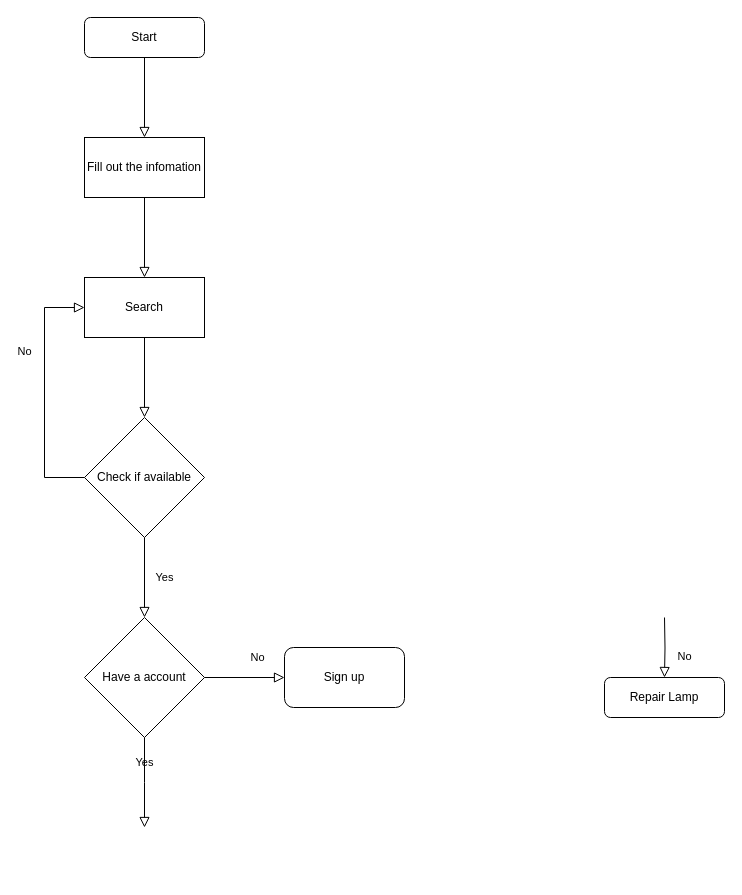
Before: flowchart_datphong.drawio in alikuxac/alikuxac, a draw.io diagram. Source tidied: cells renumbered, new cells numbered last; positions are measured from the earlier drawing's top-left corner, leaving out a move shared by most shapes. Both pictures are drawn from the tidied source at 100%, with x=0, y=0 at pixel (44, 17).
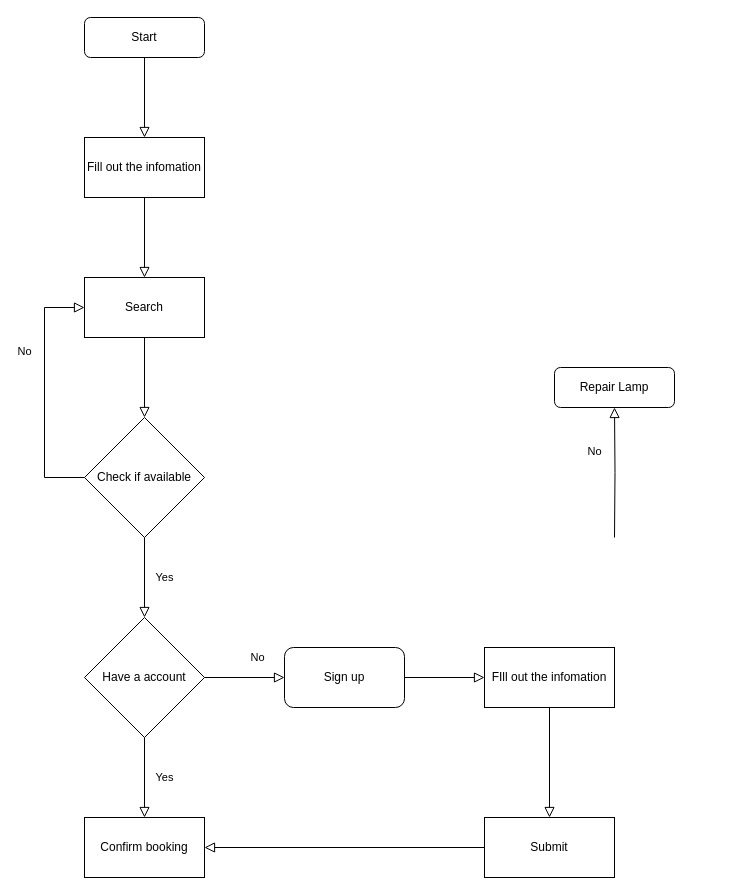
The same page after the edit.

The change refers to these unchanged cells:
```xml
<mxCell id="6" value="Have a account" style="rhombus;whiteSpace=wrap;html=1;" parent="1" vertex="1">
  <mxGeometry x="40" y="600" width="120" height="120" as="geometry" />
</mxCell>
<mxCell id="8" value="Sign up" style="rounded=1;whiteSpace=wrap;html=1;" parent="1" vertex="1">
  <mxGeometry x="240" y="630" width="120" height="60" as="geometry" />
</mxCell>
```

Change to the diagram source:
```diff
@@
     <mxCell id="4" value="No" style="rounded=0;html=1;jettySize=auto;fontSize=11;endArrow=block;endFill=0;endSize=8;strokeWidth=1;shadow=0;labelBackgroundColor=none;edgeStyle=orthogonalEdgeStyle;" parent="1" edge="1" target="5">
       <mxGeometry x="0.33" y="20" relative="1" as="geometry">
-        <mxPoint x="620" y="600" as="sourcePoint" />
+        <mxPoint x="570" y="520" as="sourcePoint" />
       </mxGeometry>
     </mxCell>
     <mxCell id="5" value="Repair Lamp" style="rounded=1;whiteSpace=wrap;html=1;fontSize=12;glass=0;strokeWidth=1;shadow=0;" parent="1" vertex="1">
-      <mxGeometry x="560" y="660" width="120" height="40" as="geometry" />
+      <mxGeometry x="510" y="350" width="120" height="40" as="geometry" />
     </mxCell>
@@
-    <mxCell id="16" value="Yes" style="rounded=0;html=1;jettySize=auto;fontSize=11;endArrow=block;endFill=0;endSize=8;strokeWidth=1;shadow=0;labelBackgroundColor=none;edgeStyle=orthogonalEdgeStyle;exitX=0.5;exitY=1;exitDx=0;exitDy=0;" parent="1" edge="1" source="6">
-      <mxGeometry y="20" relative="1" as="geometry">
-        <mxPoint x="100" y="810" as="targetPoint" />
-      </mxGeometry>
+    <mxCell id="16" value="Yes" style="rounded=0;html=1;jettySize=auto;fontSize=11;endArrow=block;endFill=0;endSize=8;strokeWidth=1;shadow=0;labelBackgroundColor=none;edgeStyle=orthogonalEdgeStyle;exitX=0.5;exitY=1;exitDx=0;exitDy=0;entryX=0.5;entryY=0;entryDx=0;entryDy=0;" parent="1" edge="1" source="6" target="21">
+      <mxGeometry y="20" relative="1" as="geometry" />
     </mxCell>
+    <mxCell id="17" value="FIll out the infomation" style="rounded=0;whiteSpace=wrap;html=1;" parent="1" vertex="1">
+      <mxGeometry x="440" y="630" width="130" height="60" as="geometry" />
+    </mxCell>
+    <mxCell id="18" value="Submit" style="rounded=0;whiteSpace=wrap;html=1;" parent="1" vertex="1">
+      <mxGeometry x="440" y="800" width="130" height="60" as="geometry" />
+    </mxCell>
+    <mxCell id="19" style="rounded=0;html=1;jettySize=auto;fontSize=11;endArrow=block;endFill=0;endSize=8;strokeWidth=1;shadow=0;labelBackgroundColor=none;edgeStyle=orthogonalEdgeStyle;entryX=0.5;entryY=0;entryDx=0;entryDy=0;exitX=0.5;exitY=1;exitDx=0;exitDy=0;" parent="1" edge="1" source="17" target="18">
+      <mxGeometry relative="1" as="geometry" />
+    </mxCell>
+    <mxCell id="20" style="rounded=0;html=1;jettySize=auto;fontSize=11;endArrow=block;endFill=0;endSize=8;strokeWidth=1;shadow=0;labelBackgroundColor=none;edgeStyle=orthogonalEdgeStyle;entryX=0;entryY=0.5;entryDx=0;entryDy=0;exitX=1;exitY=0.5;exitDx=0;exitDy=0;" parent="1" edge="1" source="8" target="17">
+      <mxGeometry relative="1" as="geometry" />
+    </mxCell>
+    <mxCell id="21" value="Confirm booking" style="rounded=0;whiteSpace=wrap;html=1;" parent="1" vertex="1">
+      <mxGeometry x="40" y="800" width="120" height="60" as="geometry" />
+    </mxCell>
+    <mxCell id="22" style="rounded=0;html=1;jettySize=auto;fontSize=11;endArrow=block;endFill=0;endSize=8;strokeWidth=1;shadow=0;labelBackgroundColor=none;edgeStyle=orthogonalEdgeStyle;entryX=1;entryY=0.5;entryDx=0;entryDy=0;exitX=0;exitY=0.5;exitDx=0;exitDy=0;" parent="1" edge="1" source="18" target="21">
+      <mxGeometry relative="1" as="geometry" />
+    </mxCell>
```
